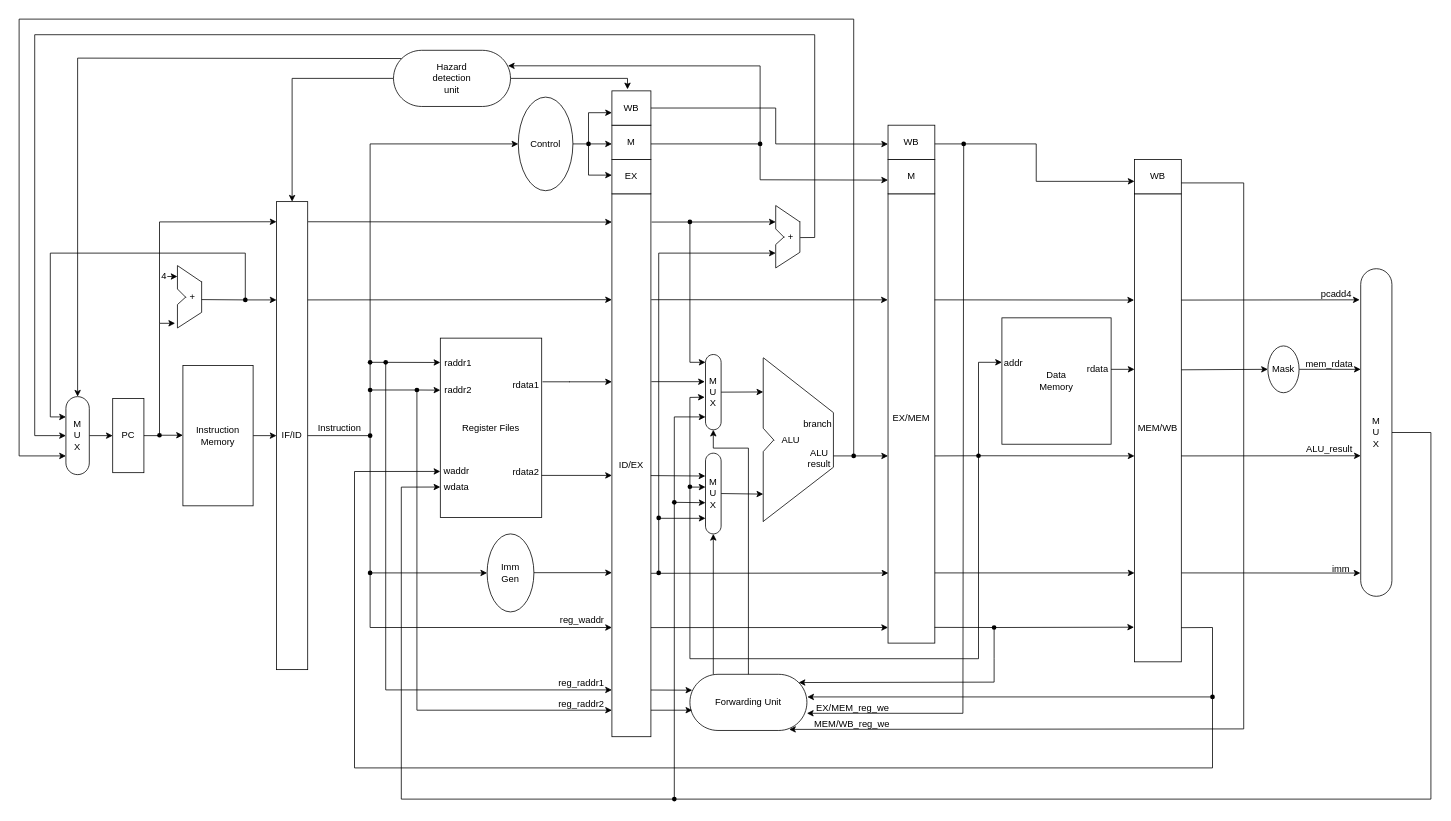
Earlier version of the draw.io diagram CPU2.0 pipeline.drawio (Briarcresy/2026-IC-contest-JYD). Source tidied: cells renumbered, new cells numbered last; positions are measured from the earlier drawing's top-left corner, leaving out a move shared by most shapes. Both pictures are drawn from the tidied source at 78%, with x=0, y=0 at pixel (19, 19).
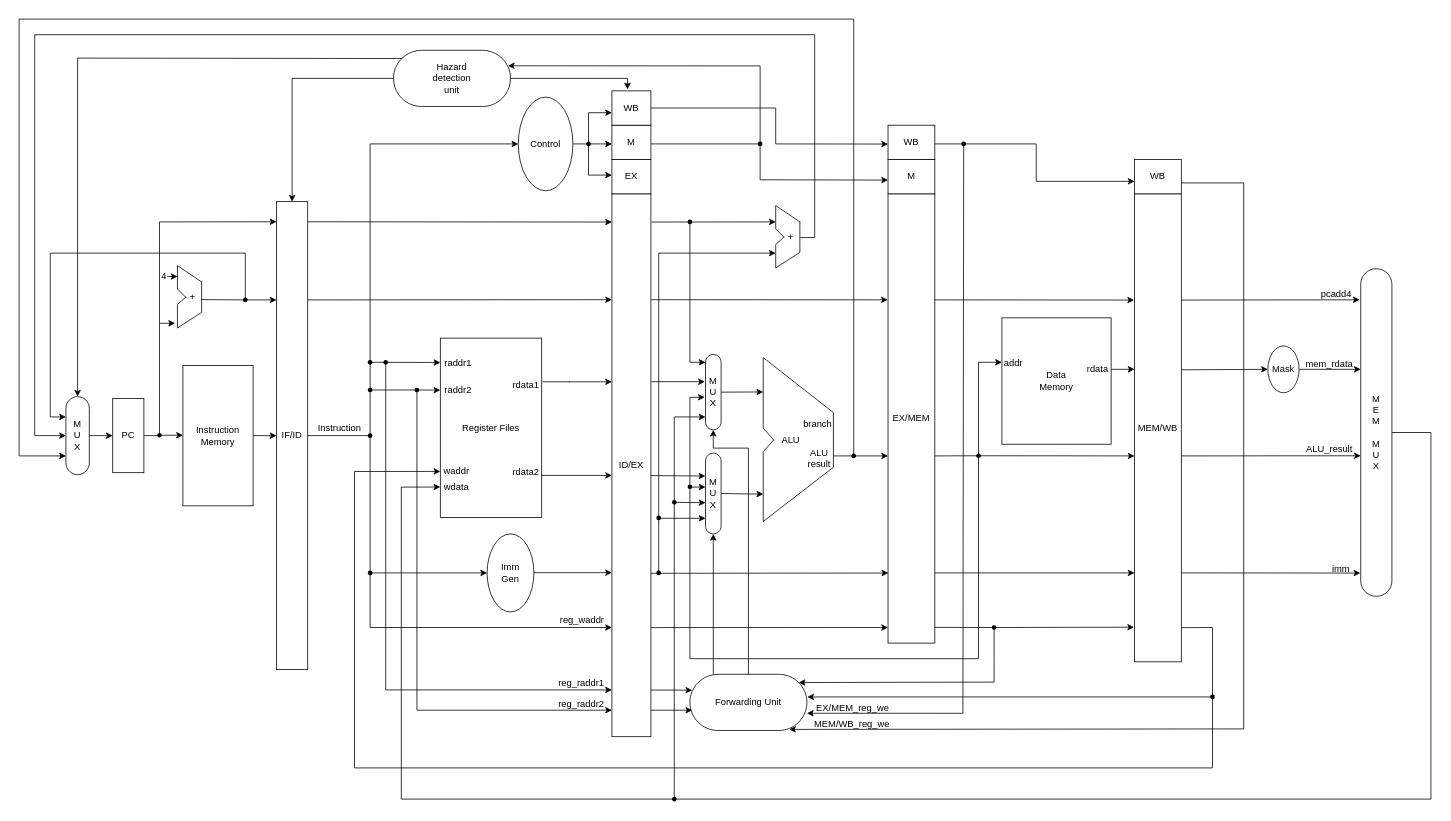
Above is the later version.

Diff of the diagram source:
```diff
@@
-    <mxCell id="108" value="M&lt;div&gt;U&lt;/div&gt;&lt;div&gt;X&lt;/div&gt;" style="html=1;dashed=0;whiteSpace=wrap;shape=mxgraph.dfd.start;direction=south;" parent="1" vertex="1">
+    <mxCell id="108" value="M&lt;div&gt;E&lt;/div&gt;&lt;div&gt;&lt;span style=&quot;background-color: transparent; color: light-dark(rgb(0, 0, 0), rgb(255, 255, 255));&quot;&gt;M&lt;/span&gt;&lt;/div&gt;&lt;div&gt;&lt;span style=&quot;background-color: transparent; color: light-dark(rgb(0, 0, 0), rgb(255, 255, 255));&quot;&gt;&lt;br&gt;&lt;/span&gt;&lt;/div&gt;&lt;div&gt;&lt;span style=&quot;background-color: transparent; color: light-dark(rgb(0, 0, 0), rgb(255, 255, 255));&quot;&gt;M&lt;/span&gt;&lt;/div&gt;&lt;div&gt;&lt;div&gt;U&lt;/div&gt;&lt;div&gt;X&lt;/div&gt;&lt;/div&gt;" style="html=1;dashed=0;whiteSpace=wrap;shape=mxgraph.dfd.start;direction=south;" parent="1" vertex="1">
       <mxGeometry x="1720" y="320" width="40" height="420" as="geometry" />
     </mxCell>
```
